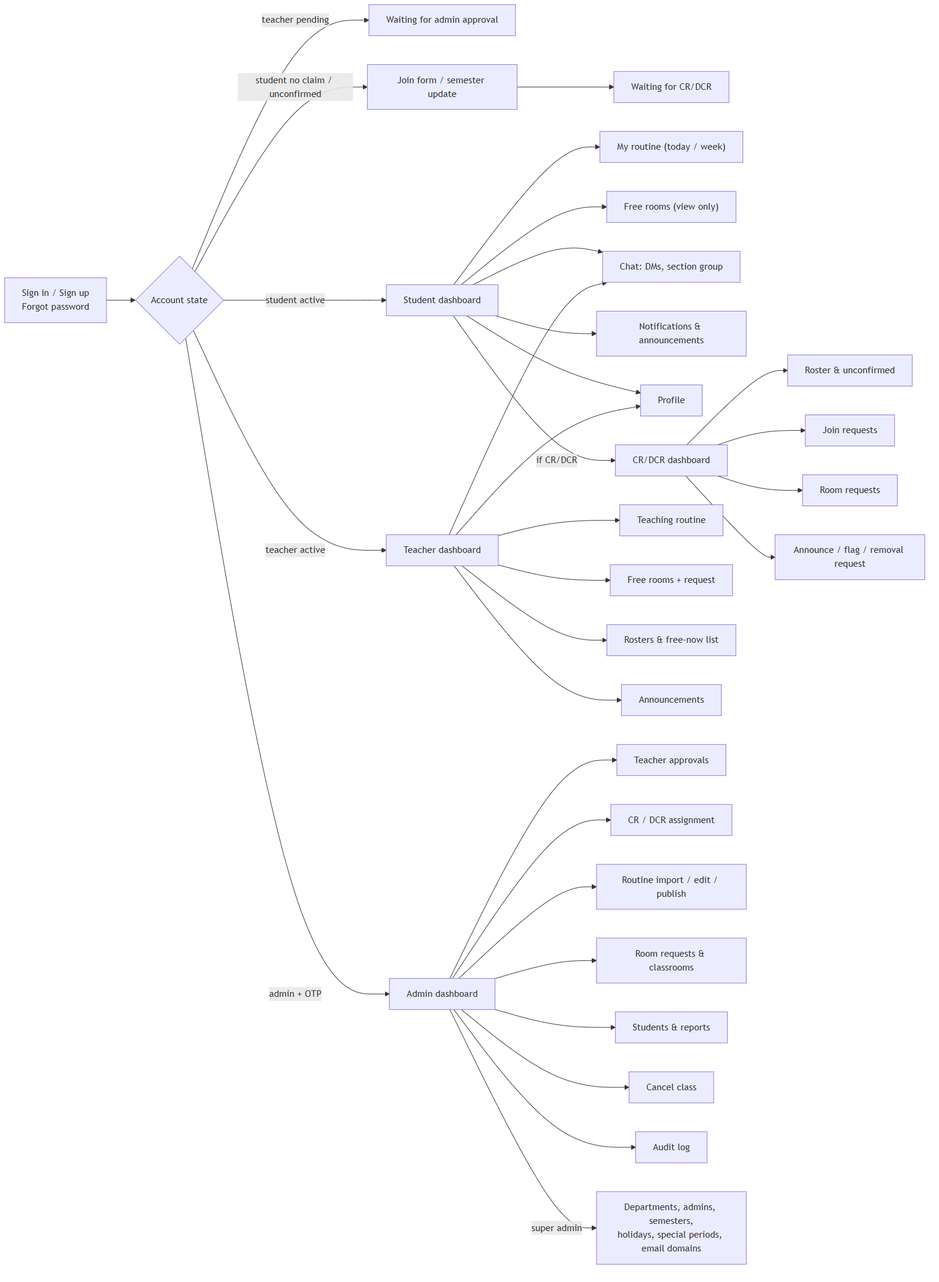
The Mermaid diagram DOCUMENTS/png/24-sitemap.png in chinmoy567/Class-and-Routin-Management-Web-App, before a commit. Its source is kept beside it as DOCUMENTS/src/24-sitemap.mmd. Source of this version:
```mermaid
flowchart LR
  Login["Sign in / Sign up<br/>Forgot password"] --> Gate{Account state}
  Gate -- "teacher pending" --> Wait1["Waiting for admin approval"]
  Gate -- "student no claim / unconfirmed" --> Join["Join form / semester update"] --> Wait2["Waiting for CR/DCR"]
  Gate -- "student active" --> SD["Student dashboard"]
  Gate -- "teacher active" --> TD["Teacher dashboard"]
  Gate -- "admin + OTP" --> AD["Admin dashboard"]

  SD --> S1["My routine (today / week)"]
  SD --> S2["Free rooms (view only)"]
  SD --> S3["Chat: DMs, section group"]
  SD --> S4["Notifications & announcements"]
  SD --> S5["Profile"]
  SD -- "if CR/DCR" --> CD["CR/DCR dashboard"]
  CD --> C1["Roster & unconfirmed"]
  CD --> C2["Join requests"]
  CD --> C3["Room requests"]
  CD --> C4["Announce / flag / removal request"]

  TD --> T1["Teaching routine"]
  TD --> T2["Free rooms + request"]
  TD --> T3["Rosters & free-now list"]
  TD --> T4["Announcements"]
  TD --> S3
  TD --> S5

  AD --> A1["Teacher approvals"]
  AD --> A2["CR / DCR assignment"]
  AD --> A3["Routine import / edit / publish"]
  AD --> A4["Room requests & classrooms"]
  AD --> A5["Students & reports"]
  AD --> A6["Cancel class"]
  AD --> A7["Audit log"]
  AD -- "super admin" --> SA["Departments, admins, semesters,<br/>holidays, special periods, email domains"]
```
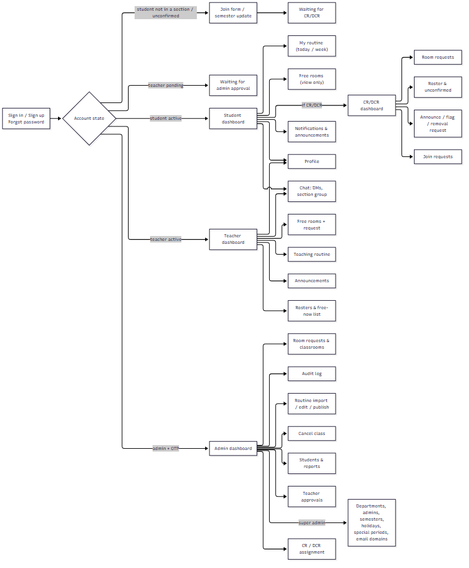
The same file after the commit.

Diff of the diagram source:
```diff
@@ -1,7 +1,7 @@
 flowchart LR
   Login["Sign in / Sign up<br/>Forgot password"] --> Gate{Account state}
   Gate -- "teacher pending" --> Wait1["Waiting for admin approval"]
-  Gate -- "student no claim / unconfirmed" --> Join["Join form / semester update"] --> Wait2["Waiting for CR/DCR"]
+  Gate -- "student not in a section / unconfirmed" --> Join["Join form / semester update"] --> Wait2["Waiting for CR/DCR"]
   Gate -- "student active" --> SD["Student dashboard"]
   Gate -- "teacher active" --> TD["Teacher dashboard"]
   Gate -- "admin + OTP" --> AD["Admin dashboard"]
```
